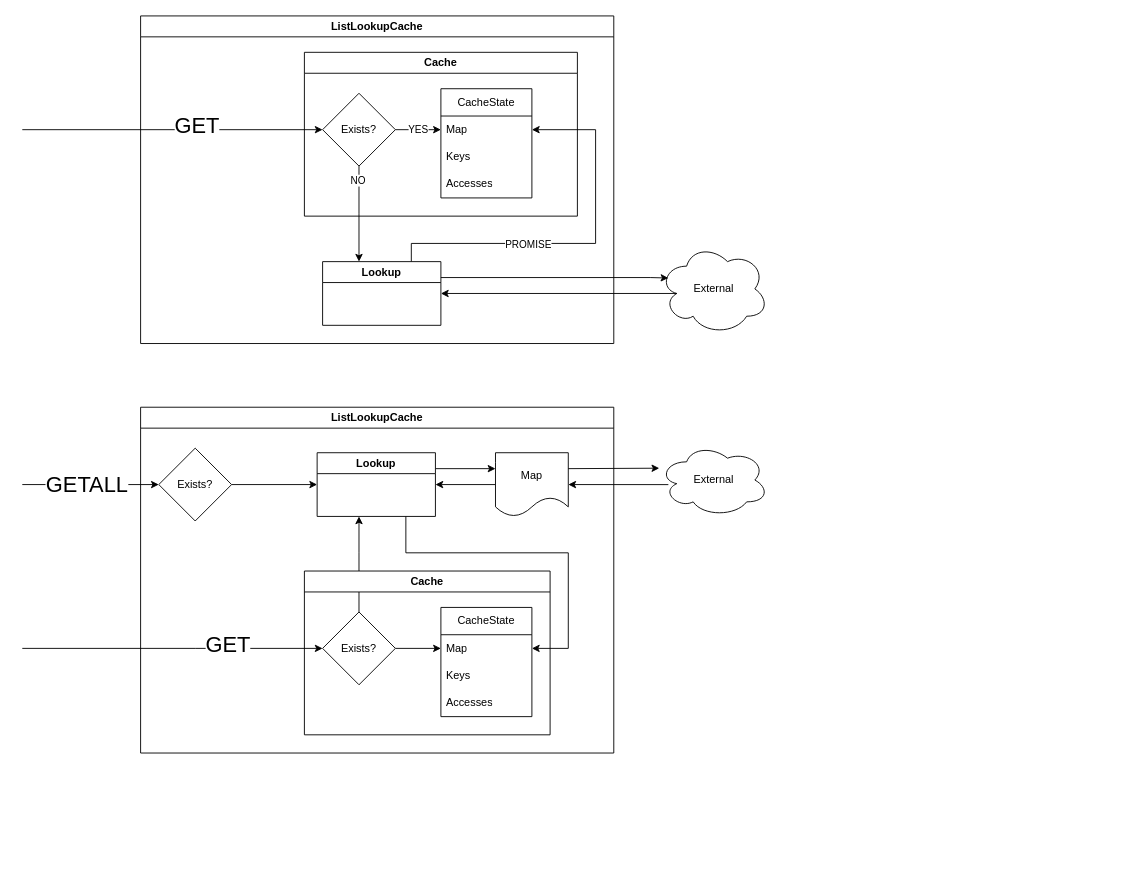
Above: assets/images/2023/12/cache_composition.drawio in stevenrskelton/stevenrskelton.github.io (draw.io), before the change. Source tidied: cells renumbered, new cells numbered last; positions are measured from the earlier drawing's top-left corner, leaving out a move shared by most shapes. Both pictures are drawn from the tidied source at 91%, with x=0, y=0 at pixel (22, 15).
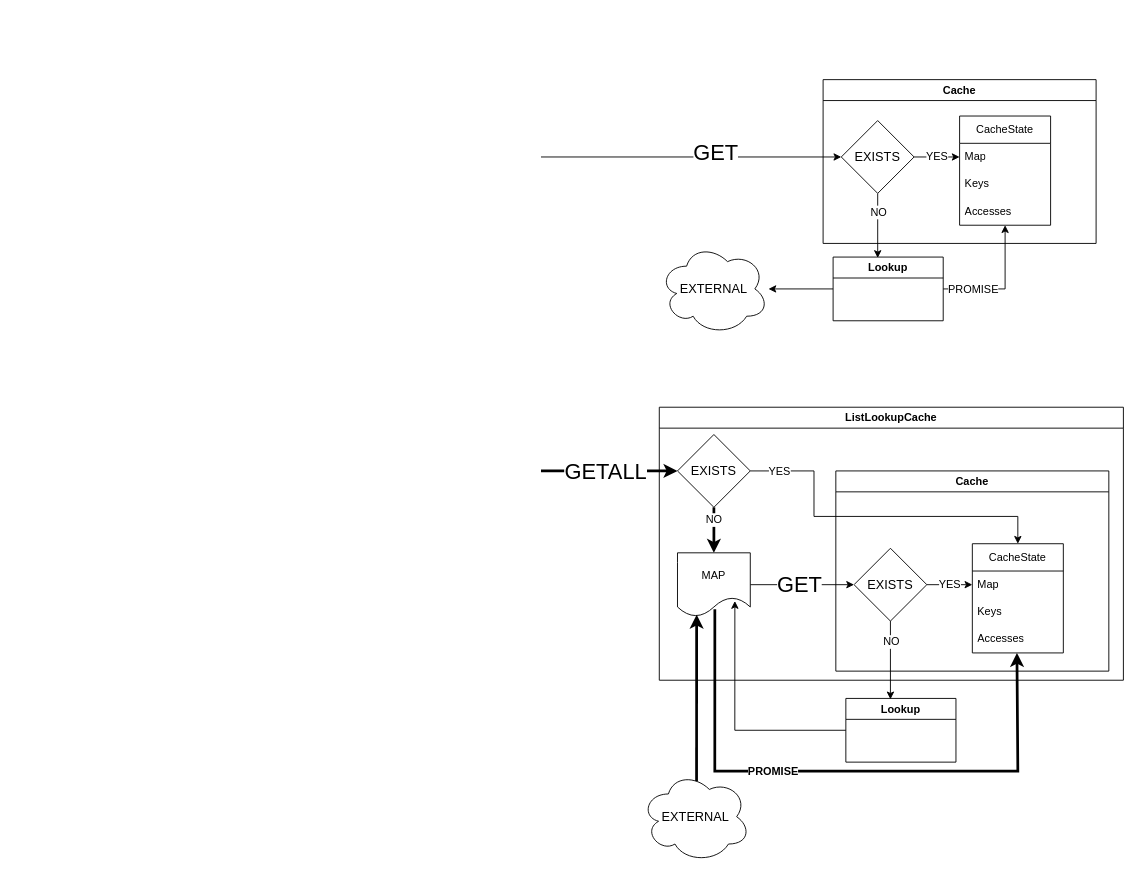
Above is the later version.

What changed in the source:
```diff
@@
-    <mxCell id="2" value="ListLookupCache" style="swimlane;whiteSpace=wrap;html=1;" parent="1" vertex="1">
-      <mxGeometry x="130" width="520" height="360" as="geometry" />
-    </mxCell>
-    <mxCell id="3" style="edgeStyle=orthogonalEdgeStyle;rounded=0;jettySize=auto;html=1;exitX=0.5;exitY=1;exitDx=0;exitDy=0;" parent="2" edge="1" source="11">
-      <mxGeometry relative="1" as="geometry">
-        <mxPoint x="240" y="270" as="targetPoint" />
-      </mxGeometry>
-    </mxCell>
-    <mxCell id="4" value="NO" style="edgeLabel;html=1;align=center;verticalAlign=middle;" parent="3" vertex="1">
-      <mxGeometry x="-0.72" y="-2" relative="1" as="geometry" />
-    </mxCell>
-    <mxCell id="5" value="Cache" style="swimlane;whiteSpace=wrap;html=1;" parent="2" vertex="1">
-      <mxGeometry x="180" y="40" width="300" height="180" as="geometry" />
-    </mxCell>
-    <mxCell id="6" value="CacheState" style="swimlane;fontStyle=0;horizontal=1;startSize=30;whiteSpace=wrap;html=1;" parent="5" vertex="1">
-      <mxGeometry x="150" y="40" width="100" height="120" as="geometry" />
-    </mxCell>
-    <mxCell id="7" value="Map" style="text;strokeColor=none;fillColor=none;align=left;verticalAlign=middle;spacingLeft=4;spacingRight=4;overflow=hidden;points=[[0,0.5],[1,0.5]];portConstraint=eastwest;whiteSpace=wrap;html=1;" parent="6" vertex="1">
-      <mxGeometry y="30" width="100" height="30" as="geometry" />
-    </mxCell>
-    <mxCell id="8" value="Keys" style="text;strokeColor=none;fillColor=none;align=left;verticalAlign=middle;spacingLeft=4;spacingRight=4;overflow=hidden;whiteSpace=wrap;html=1;" parent="6" vertex="1">
-      <mxGeometry y="60" width="100" height="30" as="geometry" />
-    </mxCell>
-    <mxCell id="9" value="Accesses" style="text;strokeColor=none;fillColor=none;align=left;verticalAlign=middle;spacingLeft=4;spacingRight=4;overflow=hidden;whiteSpace=wrap;html=1;" parent="6" vertex="1">
-      <mxGeometry y="90" width="100" height="30" as="geometry" />
-    </mxCell>
-    <mxCell id="10" value="YES" style="edgeStyle=orthogonalEdgeStyle;rounded=0;jettySize=auto;html=1;entryX=0;entryY=0.5;entryDx=0;entryDy=0;" parent="5" edge="1" source="11" target="7">
-      <mxGeometry relative="1" as="geometry" />
-    </mxCell>
-    <mxCell id="11" value="Exists?" style="rhombus;whiteSpace=wrap;html=1;" parent="5" vertex="1">
-      <mxGeometry x="20" y="45" width="80" height="80" as="geometry" />
-    </mxCell>
-    <mxCell id="12" style="edgeStyle=orthogonalEdgeStyle;rounded=0;jettySize=auto;html=1;entryX=1;entryY=0.5;entryDx=0;entryDy=0;exitX=0.75;exitY=0;exitDx=0;exitDy=0;" parent="2" edge="1" source="16" target="7">
-      <mxGeometry relative="1" as="geometry">
-        <Array as="points">
-          <mxPoint x="298" y="250" />
-          <mxPoint x="500" y="250" />
-          <mxPoint x="500" y="125" />
-        </Array>
-      </mxGeometry>
-    </mxCell>
-    <mxCell id="13" value="PROMISE" style="edgeLabel;html=1;align=center;verticalAlign=middle;" parent="12" vertex="1">
-      <mxGeometry x="-0.29" relative="1" as="geometry" />
-    </mxCell>
-    <mxCell id="14" style="edgeStyle=orthogonalEdgeStyle;rounded=0;jettySize=auto;html=1;entryX=0;entryY=0.5;entryDx=0;entryDy=0;" parent="2" edge="1" target="11">
-      <mxGeometry relative="1" as="geometry">
-        <mxPoint x="-130" y="125" as="sourcePoint" />
-        <Array as="points">
-          <mxPoint x="60" y="125" />
-        </Array>
-      </mxGeometry>
-    </mxCell>
-    <mxCell id="15" value="GET" style="edgeLabel;html=1;align=center;verticalAlign=middle;fontSize=24;" parent="14" vertex="1">
-      <mxGeometry x="0.47" relative="1" as="geometry">
-        <mxPoint x="-52" y="-5" as="offset" />
-      </mxGeometry>
-    </mxCell>
-    <mxCell id="16" value="Lookup" style="swimlane;whiteSpace=wrap;html=1;" parent="2" vertex="1">
-      <mxGeometry x="200" y="270" width="130" height="70" as="geometry" />
-    </mxCell>
-    <mxCell id="17" value="External" style="ellipse;shape=cloud;whiteSpace=wrap;html=1;" parent="1" vertex="1">
+    <mxCell id="17" value="EXTERNAL" style="ellipse;shape=cloud;whiteSpace=wrap;html=1;fontSize=14;" parent="1" vertex="1">
       <mxGeometry x="700" y="250" width="120" height="100" as="geometry" />
     </mxCell>
-    <mxCell id="18" value="ListLookupCache" style="swimlane;whiteSpace=wrap;html=1;" parent="1" vertex="1">
-      <mxGeometry x="130" y="430" width="520" height="380" as="geometry" />
-    </mxCell>
-    <mxCell id="19" style="edgeStyle=orthogonalEdgeStyle;rounded=0;jettySize=auto;html=1;exitX=0.5;exitY=0;exitDx=0;exitDy=0;" parent="18" edge="1" source="26">
-      <mxGeometry relative="1" as="geometry">
-        <mxPoint x="240" y="120" as="targetPoint" />
-        <Array as="points">
-          <mxPoint x="240" y="160" />
-          <mxPoint x="240" y="160" />
-        </Array>
-      </mxGeometry>
-    </mxCell>
-    <mxCell id="20" value="Cache" style="swimlane;whiteSpace=wrap;html=1;" parent="18" vertex="1">
-      <mxGeometry x="180" y="180" width="270" height="180" as="geometry" />
-    </mxCell>
-    <mxCell id="21" value="CacheState" style="swimlane;fontStyle=0;horizontal=1;startSize=30;whiteSpace=wrap;html=1;" parent="20" vertex="1">
-      <mxGeometry x="150" y="40" width="100" height="120" as="geometry" />
-    </mxCell>
-    <mxCell id="22" value="Map" style="text;strokeColor=none;fillColor=none;align=left;verticalAlign=middle;spacingLeft=4;spacingRight=4;overflow=hidden;points=[[0,0.5],[1,0.5]];portConstraint=eastwest;whiteSpace=wrap;html=1;" parent="21" vertex="1">
-      <mxGeometry y="30" width="100" height="30" as="geometry" />
-    </mxCell>
-    <mxCell id="23" value="Keys" style="text;strokeColor=none;fillColor=none;align=left;verticalAlign=middle;spacingLeft=4;spacingRight=4;overflow=hidden;whiteSpace=wrap;html=1;" parent="21" vertex="1">
-      <mxGeometry y="60" width="100" height="30" as="geometry" />
-    </mxCell>
-    <mxCell id="24" value="Accesses" style="text;strokeColor=none;fillColor=none;align=left;verticalAlign=middle;spacingLeft=4;spacingRight=4;overflow=hidden;whiteSpace=wrap;html=1;" parent="21" vertex="1">
-      <mxGeometry y="90" width="100" height="30" as="geometry" />
-    </mxCell>
-    <mxCell id="25" style="edgeStyle=orthogonalEdgeStyle;rounded=0;jettySize=auto;html=1;entryX=0;entryY=0.5;entryDx=0;entryDy=0;" parent="20" edge="1" source="26" target="22">
-      <mxGeometry relative="1" as="geometry" />
-    </mxCell>
-    <mxCell id="26" value="Exists?" style="rhombus;whiteSpace=wrap;html=1;" parent="20" vertex="1">
-      <mxGeometry x="20" y="45" width="80" height="80" as="geometry" />
-    </mxCell>
-    <mxCell id="27" style="edgeStyle=orthogonalEdgeStyle;rounded=0;jettySize=auto;html=1;entryX=1;entryY=0.5;entryDx=0;entryDy=0;exitX=0.75;exitY=1;exitDx=0;exitDy=0;" parent="18" edge="1" source="33" target="22">
-      <mxGeometry relative="1" as="geometry">
-        <Array as="points">
-          <mxPoint x="292" y="160" />
-          <mxPoint x="470" y="160" />
-          <mxPoint x="470" y="265" />
-        </Array>
-      </mxGeometry>
-    </mxCell>
-    <mxCell id="28" style="edgeStyle=orthogonalEdgeStyle;rounded=0;jettySize=auto;html=1;entryX=0;entryY=0.5;entryDx=0;entryDy=0;" parent="18" edge="1" target="26">
-      <mxGeometry relative="1" as="geometry">
-        <mxPoint x="-130" y="265" as="sourcePoint" />
-        <Array as="points">
-          <mxPoint x="60" y="265" />
-        </Array>
-      </mxGeometry>
-    </mxCell>
-    <mxCell id="29" value="GET" style="edgeLabel;html=1;align=center;verticalAlign=middle;fontSize=24;" parent="28" vertex="1">
-      <mxGeometry x="0.47" relative="1" as="geometry">
-        <mxPoint x="-18" y="-5" as="offset" />
-      </mxGeometry>
-    </mxCell>
-    <mxCell id="30" style="edgeStyle=orthogonalEdgeStyle;rounded=0;jettySize=auto;html=1;exitX=1;exitY=0.5;exitDx=0;exitDy=0;entryX=0;entryY=0.5;entryDx=0;entryDy=0;" parent="18" edge="1" source="31" target="33">
-      <mxGeometry relative="1" as="geometry" />
-    </mxCell>
-    <mxCell id="31" value="Exists?" style="rhombus;whiteSpace=wrap;html=1;" parent="18" vertex="1">
-      <mxGeometry x="20" y="45" width="80" height="80" as="geometry" />
-    </mxCell>
-    <mxCell id="32" style="edgeStyle=orthogonalEdgeStyle;rounded=0;jettySize=auto;html=1;exitX=1;exitY=0.25;exitDx=0;exitDy=0;entryX=0;entryY=0.25;entryDx=0;entryDy=0;" parent="18" edge="1" source="33" target="35">
-      <mxGeometry relative="1" as="geometry" />
-    </mxCell>
-    <mxCell id="33" value="Lookup" style="swimlane;whiteSpace=wrap;html=1;" parent="18" vertex="1">
-      <mxGeometry x="194" y="50" width="130" height="70" as="geometry" />
-    </mxCell>
-    <mxCell id="34" style="edgeStyle=orthogonalEdgeStyle;rounded=0;jettySize=auto;html=1;exitX=0;exitY=0.5;exitDx=0;exitDy=0;entryX=1;entryY=0.5;entryDx=0;entryDy=0;" parent="18" edge="1" source="35" target="33">
-      <mxGeometry relative="1" as="geometry" />
-    </mxCell>
-    <mxCell id="35" value="Map" style="shape=document;whiteSpace=wrap;html=1;boundedLbl=1;" parent="18" vertex="1">
-      <mxGeometry x="390" y="50" width="80" height="70" as="geometry" />
-    </mxCell>
-    <mxCell id="36" style="endArrow=classic;html=1;rounded=0;entryX=0;entryY=0.5;entryDx=0;entryDy=0;" parent="1" edge="1" target="31">
-      <mxGeometry relative="1" as="geometry">
-        <mxPoint y="515" as="sourcePoint" />
-      </mxGeometry>
-    </mxCell>
+    <mxCell id="43" style="edgeStyle=orthogonalEdgeStyle;rounded=0;jettySize=auto;html=1;exitX=0.5;exitY=1;exitDx=0;exitDy=0;entryX=0.405;entryY=0.014;entryDx=0;entryDy=0;entryPerimeter=0;" parent="1" edge="1" source="51" target="57">
+      <mxGeometry relative="1" as="geometry" />
+    </mxCell>
+    <mxCell id="44" value="NO" style="edgeLabel;html=1;align=center;verticalAlign=middle;fontSize=12;" parent="43" vertex="1">
+      <mxGeometry x="-0.72" y="-2" relative="1" as="geometry">
+        <mxPoint x="2" y="10" as="offset" />
+      </mxGeometry>
+    </mxCell>
+    <mxCell id="45" value="Cache" style="swimlane;whiteSpace=wrap;html=1;" parent="1" vertex="1">
+      <mxGeometry x="880" y="70" width="300" height="180" as="geometry" />
+    </mxCell>
+    <mxCell id="46" value="CacheState" style="swimlane;fontStyle=0;horizontal=1;startSize=30;whiteSpace=wrap;html=1;" parent="45" vertex="1">
+      <mxGeometry x="150" y="40" width="100" height="120" as="geometry" />
+    </mxCell>
+    <mxCell id="47" value="Map" style="text;strokeColor=none;fillColor=none;align=left;verticalAlign=middle;spacingLeft=4;spacingRight=4;overflow=hidden;points=[[0,0.5],[1,0.5]];portConstraint=eastwest;whiteSpace=wrap;html=1;" parent="46" vertex="1">
+      <mxGeometry y="30" width="100" height="30" as="geometry" />
+    </mxCell>
+    <mxCell id="48" value="Keys" style="text;strokeColor=none;fillColor=none;align=left;verticalAlign=middle;spacingLeft=4;spacingRight=4;overflow=hidden;whiteSpace=wrap;html=1;" parent="46" vertex="1">
+      <mxGeometry y="60" width="100" height="30" as="geometry" />
+    </mxCell>
+    <mxCell id="49" value="Accesses" style="text;strokeColor=none;fillColor=none;align=left;verticalAlign=middle;spacingLeft=4;spacingRight=4;overflow=hidden;whiteSpace=wrap;html=1;" parent="46" vertex="1">
+      <mxGeometry y="90" width="100" height="30" as="geometry" />
+    </mxCell>
+    <mxCell id="50" value="YES" style="edgeStyle=orthogonalEdgeStyle;rounded=0;jettySize=auto;html=1;entryX=0;entryY=0.5;entryDx=0;entryDy=0;fontSize=12;" parent="45" edge="1" source="51" target="47">
+      <mxGeometry relative="1" as="geometry" />
+    </mxCell>
+    <mxCell id="51" value="EXISTS" style="rhombus;whiteSpace=wrap;html=1;fontSize=14;" parent="45" vertex="1">
+      <mxGeometry x="20" y="45" width="80" height="80" as="geometry" />
+    </mxCell>
+    <mxCell id="52" style="edgeStyle=orthogonalEdgeStyle;rounded=0;jettySize=auto;html=1;entryX=0.5;entryY=1;entryDx=0;entryDy=0;exitX=1;exitY=0.5;exitDx=0;exitDy=0;" parent="1" edge="1" source="57" target="46">
+      <mxGeometry relative="1" as="geometry">
+        <Array as="points">
+          <mxPoint x="1080" y="300" />
+        </Array>
+      </mxGeometry>
+    </mxCell>
+    <mxCell id="53" value="PROMISE" style="edgeLabel;html=1;align=center;verticalAlign=middle;fontSize=12;" parent="52" vertex="1">
+      <mxGeometry x="-0.29" relative="1" as="geometry">
+        <mxPoint x="-17" as="offset" />
+      </mxGeometry>
+    </mxCell>
+    <mxCell id="54" style="edgeStyle=orthogonalEdgeStyle;rounded=0;jettySize=auto;html=1;entryX=0;entryY=0.5;entryDx=0;entryDy=0;" parent="1" edge="1" target="51">
+      <mxGeometry relative="1" as="geometry">
+        <mxPoint x="570" y="155" as="sourcePoint" />
+        <Array as="points">
+          <mxPoint x="760" y="155" />
+        </Array>
+      </mxGeometry>
+    </mxCell>
+    <mxCell id="55" value="GET" style="edgeLabel;html=1;align=center;verticalAlign=middle;fontSize=24;" parent="54" vertex="1">
+      <mxGeometry x="0.47" relative="1" as="geometry">
+        <mxPoint x="-52" y="-5" as="offset" />
+      </mxGeometry>
+    </mxCell>
+    <mxCell id="56" style="edgeStyle=orthogonalEdgeStyle;rounded=0;jettySize=auto;html=1;" parent="1" edge="1" source="57" target="17">
+      <mxGeometry relative="1" as="geometry" />
+    </mxCell>
+    <mxCell id="57" value="Lookup" style="swimlane;whiteSpace=wrap;html=1;" parent="1" vertex="1">
+      <mxGeometry x="891" y="265" width="121" height="70" as="geometry" />
+    </mxCell>
+    <mxCell id="58" value="ListLookupCache" style="swimlane;whiteSpace=wrap;html=1;" parent="1" vertex="1">
+      <mxGeometry x="700" y="430" width="510" height="300" as="geometry" />
+    </mxCell>
+    <mxCell id="59" style="edgeStyle=orthogonalEdgeStyle;rounded=0;jettySize=auto;html=1;entryX=0;entryY=0.5;entryDx=0;entryDy=0;strokeWidth=3;" parent="58" edge="1" target="65">
+      <mxGeometry relative="1" as="geometry">
+        <mxPoint x="-130" y="70" as="sourcePoint" />
+        <Array as="points">
+          <mxPoint x="-130" y="70" />
+        </Array>
+      </mxGeometry>
+    </mxCell>
-    <mxCell id="37" value="GETALL" style="edgeLabel;html=1;align=center;verticalAlign=middle;fontSize=24;" parent="36" vertex="1">
-      <mxGeometry x="0.24" y="-3" relative="1" as="geometry">
-        <mxPoint x="-23" y="-3" as="offset" />
+    <mxCell id="37" value="GETALL" style="edgeLabel;html=1;align=center;verticalAlign=middle;fontSize=24;" parent="59" vertex="1">
+      <mxGeometry x="0.47" relative="1" as="geometry">
+        <mxPoint x="-40" as="offset" />
       </mxGeometry>
     </mxCell>
-    <mxCell id="38" style="edgeStyle=orthogonalEdgeStyle;rounded=0;jettySize=auto;html=1;entryX=1;entryY=0.5;entryDx=0;entryDy=0;exitX=0.083;exitY=0.563;exitDx=0;exitDy=0;exitPerimeter=0;" parent="1" edge="1" source="39" target="35">
-      <mxGeometry relative="1" as="geometry" />
-    </mxCell>
-    <mxCell id="39" value="External" style="ellipse;shape=cloud;whiteSpace=wrap;html=1;" parent="1" vertex="1">
-      <mxGeometry x="700" y="470" width="120" height="80" as="geometry" />
-    </mxCell>
-    <mxCell id="40" style="edgeStyle=orthogonalEdgeStyle;rounded=0;jettySize=auto;html=1;exitX=1;exitY=0.25;exitDx=0;exitDy=0;" parent="1" edge="1" source="35">
-      <mxGeometry relative="1" as="geometry">
-        <mxPoint x="700" y="497" as="targetPoint" />
-      </mxGeometry>
-    </mxCell>
-    <mxCell id="41" style="edgeStyle=orthogonalEdgeStyle;rounded=0;jettySize=auto;html=1;exitX=1;exitY=0.25;exitDx=0;exitDy=0;" parent="1" edge="1" source="16">
-      <mxGeometry relative="1" as="geometry">
-        <mxPoint x="710" y="288" as="targetPoint" />
-        <Array as="points">
-          <mxPoint x="690" y="288" />
-        </Array>
-      </mxGeometry>
-    </mxCell>
-    <mxCell id="42" style="edgeStyle=orthogonalEdgeStyle;rounded=0;jettySize=auto;html=1;entryX=1;entryY=0.5;entryDx=0;entryDy=0;exitX=0.16;exitY=0.55;exitDx=0;exitDy=0;exitPerimeter=0;" parent="1" edge="1" source="17" target="16">
-      <mxGeometry relative="1" as="geometry" />
-    </mxCell>
+    <mxCell id="60" style="edgeStyle=orthogonalEdgeStyle;rounded=0;jettySize=auto;html=1;entryX=0;entryY=0.5;entryDx=0;entryDy=0;exitX=1;exitY=0.5;exitDx=0;exitDy=0;" parent="58" edge="1" source="66" target="73">
+      <mxGeometry relative="1" as="geometry" />
+    </mxCell>
+    <mxCell id="61" value="GET" style="edgeLabel;html=1;align=center;verticalAlign=middle;fontSize=24;" parent="60" vertex="1">
+      <mxGeometry x="0.47" relative="1" as="geometry">
+        <mxPoint x="-31" as="offset" />
+      </mxGeometry>
+    </mxCell>
+    <mxCell id="62" value="NO" style="edgeStyle=orthogonalEdgeStyle;rounded=0;jettySize=auto;html=1;exitX=0.5;exitY=1;exitDx=0;exitDy=0;entryX=0.5;entryY=0;entryDx=0;entryDy=0;strokeWidth=3;fontSize=12;" parent="58" edge="1" source="65" target="66">
+      <mxGeometry x="-0.43" relative="1" as="geometry" />
+    </mxCell>
+    <mxCell id="63" style="edgeStyle=orthogonalEdgeStyle;rounded=0;jettySize=auto;html=1;exitX=1;exitY=0.5;exitDx=0;exitDy=0;entryX=0.5;entryY=0;entryDx=0;entryDy=0;" parent="58" edge="1" source="65" target="68">
+      <mxGeometry relative="1" as="geometry">
+        <Array as="points">
+          <mxPoint x="170" y="70" />
+          <mxPoint x="170" y="120" />
+          <mxPoint x="394" y="120" />
+        </Array>
+      </mxGeometry>
+    </mxCell>
+    <mxCell id="64" value="YES" style="edgeLabel;html=1;align=center;verticalAlign=middle;fontSize=12;" parent="63" vertex="1">
+      <mxGeometry x="-0.75" relative="1" as="geometry">
+        <mxPoint x="-16" as="offset" />
+      </mxGeometry>
+    </mxCell>
+    <mxCell id="65" value="EXISTS" style="rhombus;whiteSpace=wrap;html=1;fontSize=14;" parent="58" vertex="1">
+      <mxGeometry x="20" y="30" width="80" height="80" as="geometry" />
+    </mxCell>
+    <mxCell id="66" value="MAP" style="shape=document;whiteSpace=wrap;html=1;boundedLbl=1;" parent="58" vertex="1">
+      <mxGeometry x="20" y="160" width="80" height="70" as="geometry" />
+    </mxCell>
+    <mxCell id="67" value="Cache" style="swimlane;whiteSpace=wrap;html=1;" parent="58" vertex="1">
+      <mxGeometry x="194" y="70" width="300" height="220" as="geometry" />
+    </mxCell>
+    <mxCell id="68" value="CacheState" style="swimlane;fontStyle=0;horizontal=1;startSize=30;whiteSpace=wrap;html=1;" parent="67" vertex="1">
+      <mxGeometry x="150" y="80" width="100" height="120" as="geometry" />
+    </mxCell>
+    <mxCell id="69" value="Map" style="text;strokeColor=none;fillColor=none;align=left;verticalAlign=middle;spacingLeft=4;spacingRight=4;overflow=hidden;points=[[0,0.5],[1,0.5]];portConstraint=eastwest;whiteSpace=wrap;html=1;" parent="68" vertex="1">
+      <mxGeometry y="30" width="100" height="30" as="geometry" />
+    </mxCell>
+    <mxCell id="70" value="Keys" style="text;strokeColor=none;fillColor=none;align=left;verticalAlign=middle;spacingLeft=4;spacingRight=4;overflow=hidden;whiteSpace=wrap;html=1;" parent="68" vertex="1">
+      <mxGeometry y="60" width="100" height="30" as="geometry" />
+    </mxCell>
+    <mxCell id="71" value="Accesses" style="text;strokeColor=none;fillColor=none;align=left;verticalAlign=middle;spacingLeft=4;spacingRight=4;overflow=hidden;points=[[0,0.5],[1,0.5]];portConstraint=eastwest;whiteSpace=wrap;html=1;" parent="68" vertex="1">
+      <mxGeometry y="90" width="100" height="30" as="geometry" />
+    </mxCell>
+    <mxCell id="72" value="YES" style="edgeStyle=orthogonalEdgeStyle;rounded=0;jettySize=auto;html=1;entryX=0;entryY=0.5;entryDx=0;entryDy=0;fontSize=12;" parent="67" edge="1" source="73" target="69">
+      <mxGeometry relative="1" as="geometry" />
+    </mxCell>
+    <mxCell id="73" value="EXISTS" style="rhombus;whiteSpace=wrap;html=1;fontSize=14;" parent="67" vertex="1">
+      <mxGeometry x="20" y="85" width="80" height="80" as="geometry" />
+    </mxCell>
+    <mxCell id="74" style="edgeStyle=orthogonalEdgeStyle;rounded=0;jettySize=auto;html=1;entryX=0.49;entryY=1;entryDx=0;entryDy=0;exitX=0.513;exitY=0.886;exitDx=0;exitDy=0;entryPerimeter=0;exitPerimeter=0;strokeWidth=3;" parent="58" edge="1" source="66" target="71">
+      <mxGeometry relative="1" as="geometry">
+        <Array as="points">
+          <mxPoint x="61" y="400" />
+          <mxPoint x="394" y="400" />
+        </Array>
+      </mxGeometry>
+    </mxCell>
+    <mxCell id="75" value="PROMISE" style="edgeLabel;html=1;align=center;verticalAlign=middle;fontStyle=1;fontSize=12;" parent="74" vertex="1">
+      <mxGeometry x="-0.29" relative="1" as="geometry">
+        <mxPoint x="13" as="offset" />
+      </mxGeometry>
+    </mxCell>
+    <mxCell id="76" style="edgeStyle=orthogonalEdgeStyle;rounded=0;jettySize=auto;html=1;exitX=0;exitY=0.5;exitDx=0;exitDy=0;entryX=0.788;entryY=0.757;entryDx=0;entryDy=0;entryPerimeter=0;" parent="1" edge="1" source="77" target="66">
+      <mxGeometry relative="1" as="geometry" />
+    </mxCell>
+    <mxCell id="77" value="Lookup" style="swimlane;whiteSpace=wrap;html=1;" parent="1" vertex="1">
+      <mxGeometry x="905" y="750" width="121" height="70" as="geometry" />
+    </mxCell>
+    <mxCell id="78" style="edgeStyle=orthogonalEdgeStyle;rounded=0;jettySize=auto;html=1;entryX=0.405;entryY=0.014;entryDx=0;entryDy=0;entryPerimeter=0;exitX=0.5;exitY=1;exitDx=0;exitDy=0;" parent="1" edge="1" source="73" target="77">
+      <mxGeometry relative="1" as="geometry" />
+    </mxCell>
+    <mxCell id="79" value="NO" style="edgeLabel;html=1;align=center;verticalAlign=middle;fontSize=12;" parent="78" vertex="1">
+      <mxGeometry x="-0.72" y="-2" relative="1" as="geometry">
+        <mxPoint x="2" y="10" as="offset" />
+      </mxGeometry>
+    </mxCell>
+    <mxCell id="80" style="edgeStyle=orthogonalEdgeStyle;rounded=0;jettySize=auto;html=1;exitX=0.508;exitY=0.11;exitDx=0;exitDy=0;exitPerimeter=0;entryX=0.263;entryY=0.971;entryDx=0;entryDy=0;entryPerimeter=0;strokeWidth=3;" parent="1" edge="1" source="81" target="66">
+      <mxGeometry relative="1" as="geometry" />
+    </mxCell>
+    <mxCell id="81" value="EXTERNAL" style="ellipse;shape=cloud;whiteSpace=wrap;html=1;fontSize=14;" parent="1" vertex="1">
+      <mxGeometry x="680" y="830" width="120" height="100" as="geometry" />
+    </mxCell>
```
